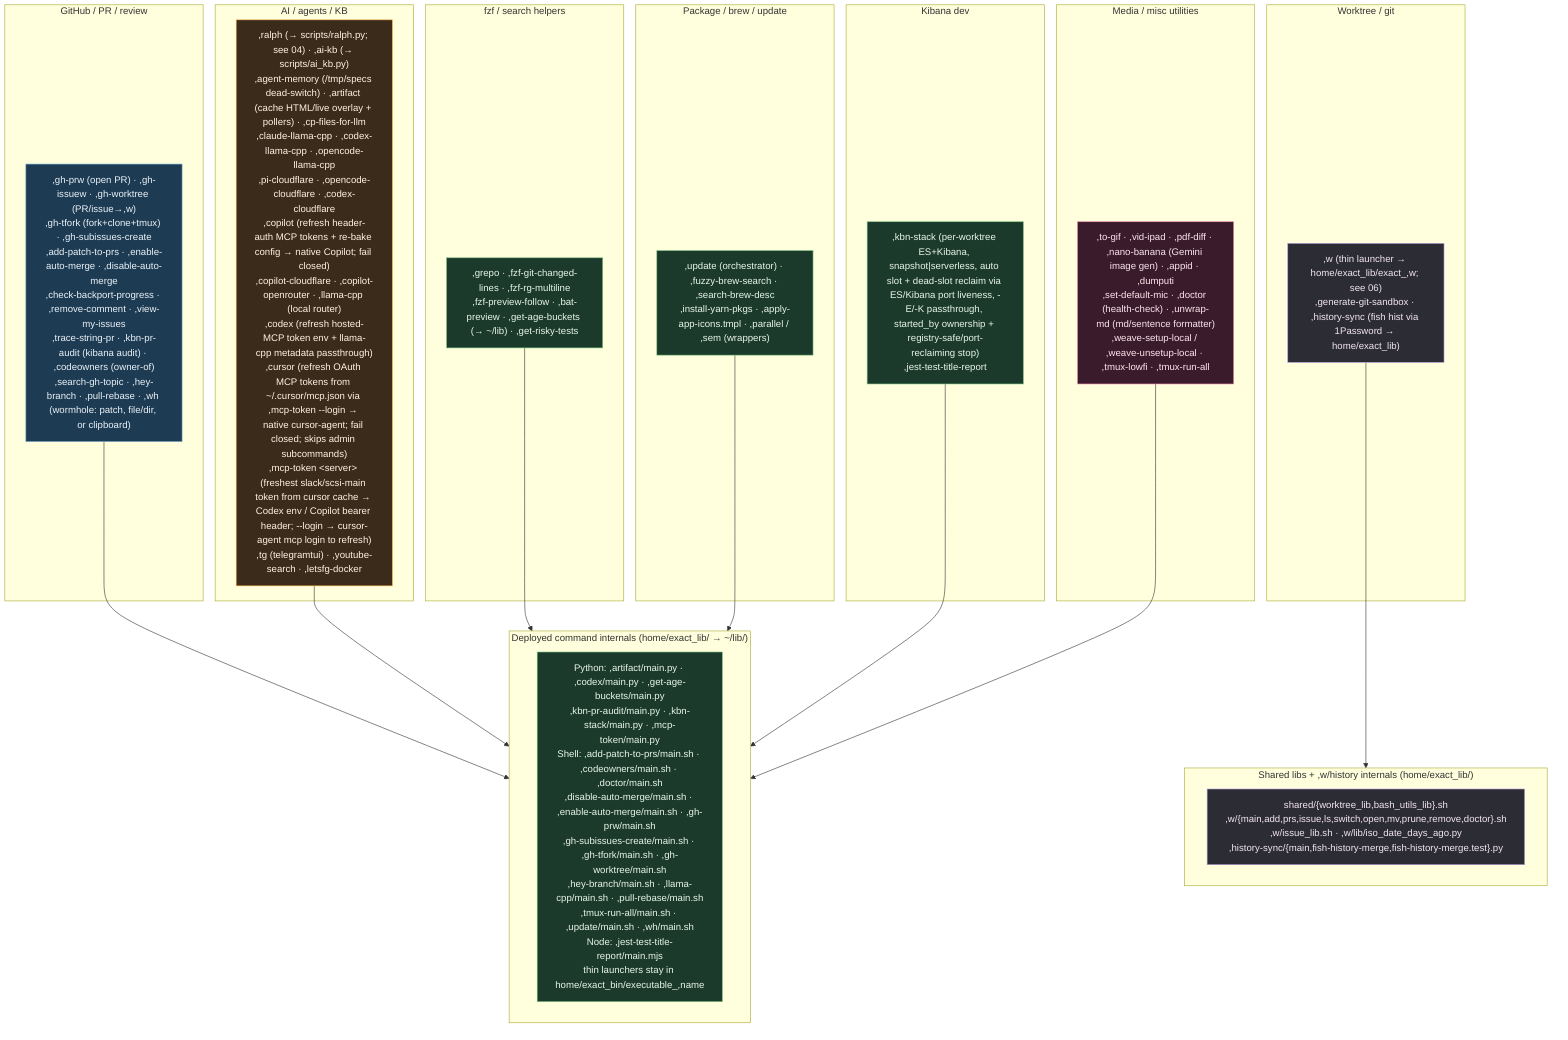
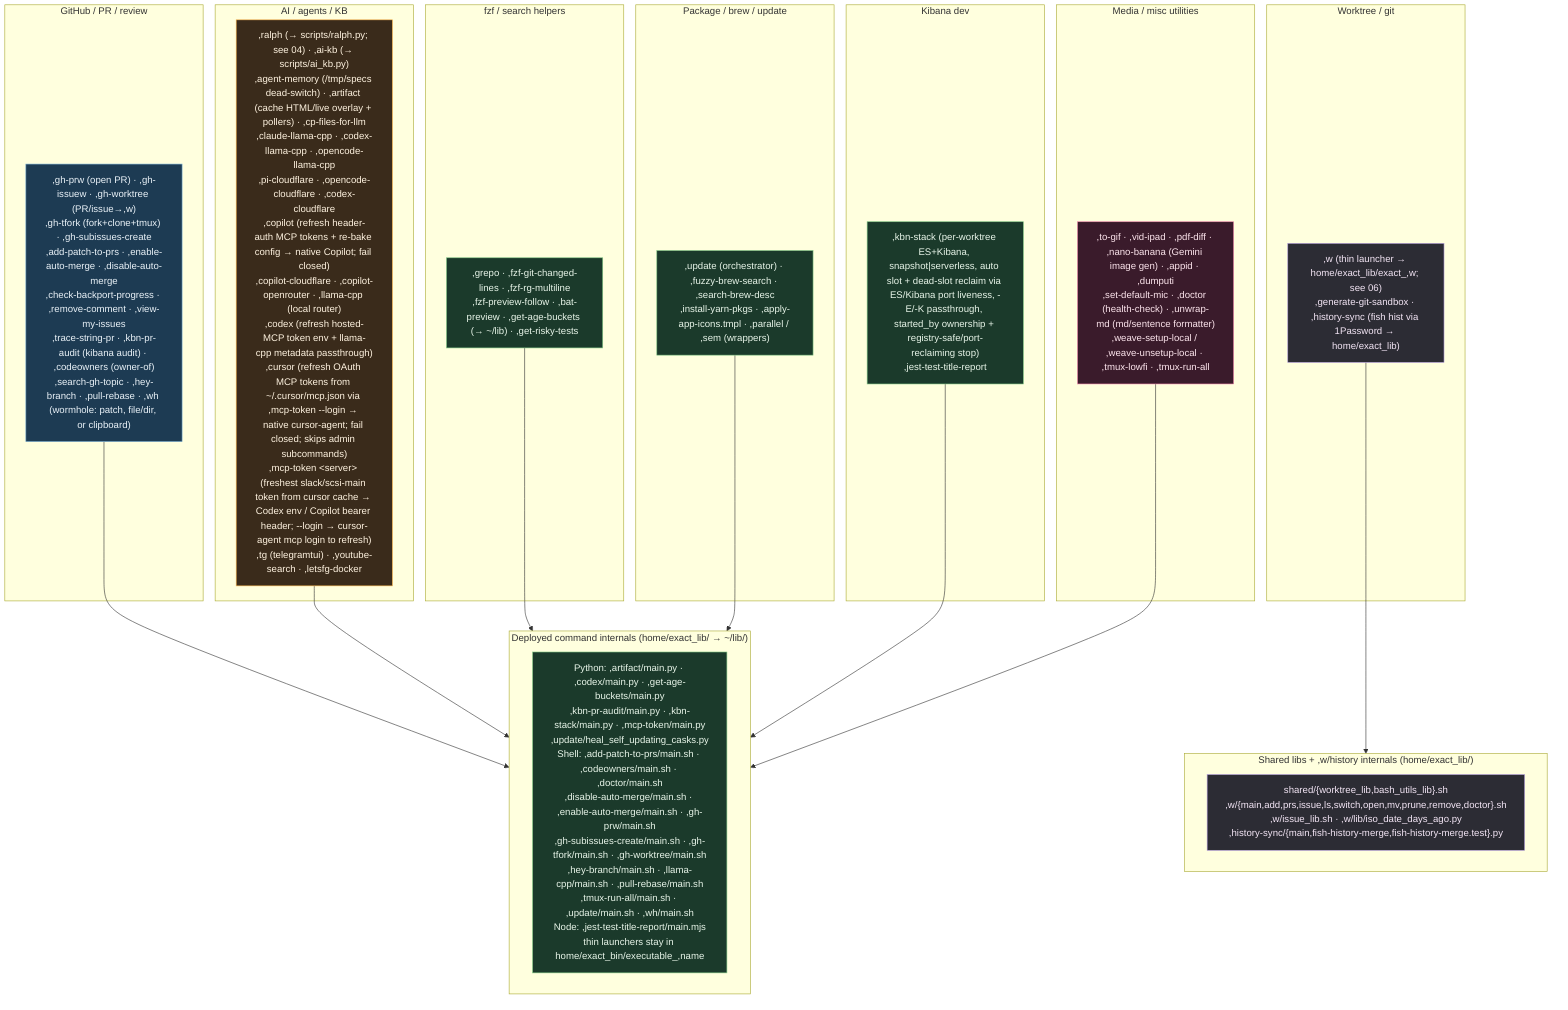
%% ============================================================================
%% 07c-bin-commands.mmd — Every thin command in home/exact_bin/ (71 thin commands)
- %% plus deployed internals in home/exact_lib/ (40 command/shared library files).
+ %% plus deployed internals in home/exact_lib/ (41 command/shared library files).
%% executable_,* → ~/bin/,* (comma-prefixed user commands); home/exact_lib/exact_,name/
%% → ~/lib/,name/. verify-bin-surface keeps each command covered by fish
%% completions, docs, catalog, and non-orphaned command libraries.
%% ============================================================================
flowchart TB
    classDef gh fill:#1d3b53,stroke:#7fb3d5,color:#eaf2f8;
    classDef wt fill:#2c2c34,stroke:#b39ddb,color:#f3e5f5;
    classDef ai fill:#3a2b1b,stroke:#ffb74d,color:#fff3e0;
    classDef media fill:#3a1b2b,stroke:#f48fb1,color:#fce4ec;
    classDef sys fill:#1b3a2b,stroke:#81c784,color:#e8f5e9;

    subgraph GHC["GitHub / PR / review"]
        G[",gh-prw (open PR) · ,gh-issuew · ,gh-worktree (PR/issue→,w)<br/>,gh-tfork (fork+clone+tmux) · ,gh-subissues-create<br/>,add-patch-to-prs · ,enable-auto-merge · ,disable-auto-merge<br/>,check-backport-progress · ,remove-comment · ,view-my-issues<br/>,trace-string-pr · ,kbn-pr-audit (kibana audit) · ,codeowners (owner-of)<br/>,search-gh-topic · ,hey-branch · ,pull-rebase · ,wh (wormhole: patch, file/dir, or clipboard)"]:::gh
    end

    subgraph WTC["Worktree / git"]
        W[",w (thin launcher → home/exact_lib/exact_,w; see 06)<br/>,generate-git-sandbox · ,history-sync (fish hist via 1Password → home/exact_lib)"]:::wt
    end

    subgraph AIC["AI / agents / KB"]
        A[",ralph (→ scripts/ralph.py; see 04) · ,ai-kb (→ scripts/ai_kb.py)<br/>,agent-memory (/tmp/specs dead-switch) · ,artifact (cache HTML/live overlay + pollers) · ,cp-files-for-llm<br/>,claude-llama-cpp · ,codex-llama-cpp · ,opencode-llama-cpp<br/>,pi-cloudflare · ,opencode-cloudflare · ,codex-cloudflare<br/>,copilot (refresh header-auth MCP tokens + re-bake config → native Copilot; fail closed)<br/>,copilot-cloudflare · ,copilot-openrouter · ,llama-cpp (local router)<br/>,codex (refresh hosted-MCP token env + llama-cpp metadata passthrough)<br/>,cursor (refresh OAuth MCP tokens from ~/.cursor/mcp.json via ,mcp-token --login → native cursor-agent; fail closed; skips admin subcommands)<br/>,mcp-token &lt;server&gt; (freshest slack/scsi-main token from cursor cache → Codex env / Copilot bearer header; --login → cursor-agent mcp login to refresh)<br/>,tg (telegramtui) · ,youtube-search · ,letsfg-docker"]:::ai
    end

    subgraph FZFC["fzf / search helpers"]
        F[",grepo · ,fzf-git-changed-lines · ,fzf-rg-multiline<br/>,fzf-preview-follow · ,bat-preview · ,get-age-buckets (→ ~/lib) · ,get-risky-tests"]:::sys
    end

    subgraph PKGC["Package / brew / update"]
        P[",update (orchestrator) · ,fuzzy-brew-search · ,search-brew-desc<br/>,install-yarn-pkgs · ,apply-app-icons.tmpl · ,parallel / ,sem (wrappers)"]:::sys
    end

    subgraph KBNC["Kibana dev"]
        K[",kbn-stack (per-worktree ES+Kibana, snapshot|serverless, auto slot + dead-slot reclaim via ES/Kibana port liveness, -E/-K passthrough, started_by ownership + registry-safe/port-reclaiming stop)<br/>,jest-test-title-report"]:::sys
    end

    subgraph MEDIA["Media / misc utilities"]
        M[",to-gif · ,vid-ipad · ,pdf-diff · ,nano-banana (Gemini image gen) · ,appid · ,dumputi<br/>,set-default-mic · ,doctor (health-check) · ,unwrap-md (md/sentence formatter)<br/>,weave-setup-local / ,weave-unsetup-local · ,tmux-lowfi · ,tmux-run-all"]:::media
    end

    subgraph LIBS["Shared libs + ,w/history internals (home/exact_lib/)"]
        L["shared/{worktree_lib,bash_utils_lib}.sh<br/>,w/{main,add,prs,issue,ls,switch,open,mv,prune,remove,doctor}.sh<br/>,w/issue_lib.sh · ,w/lib/iso_date_days_ago.py<br/>,history-sync/{main,fish-history-merge,fish-history-merge.test}.py"]:::wt
    end
    W --> LIBS

    subgraph CMDLIBS["Deployed command internals (home/exact_lib/ → ~/lib/)"]
-         CL["Python: ,artifact/main.py · ,codex/main.py · ,get-age-buckets/main.py<br/>,kbn-pr-audit/main.py · ,kbn-stack/main.py · ,mcp-token/main.py<br/>Shell: ,add-patch-to-prs/main.sh · ,codeowners/main.sh · ,doctor/main.sh<br/>,disable-auto-merge/main.sh · ,enable-auto-merge/main.sh · ,gh-prw/main.sh<br/>,gh-subissues-create/main.sh · ,gh-tfork/main.sh · ,gh-worktree/main.sh<br/>,hey-branch/main.sh · ,llama-cpp/main.sh · ,pull-rebase/main.sh<br/>,tmux-run-all/main.sh · ,update/main.sh · ,wh/main.sh<br/>Node: ,jest-test-title-report/main.mjs<br/>thin launchers stay in home/exact_bin/executable_,name"]:::sys
+         CL["Python: ,artifact/main.py · ,codex/main.py · ,get-age-buckets/main.py<br/>,kbn-pr-audit/main.py · ,kbn-stack/main.py · ,mcp-token/main.py<br/>,update/heal_self_updating_casks.py<br/>Shell: ,add-patch-to-prs/main.sh · ,codeowners/main.sh · ,doctor/main.sh<br/>,disable-auto-merge/main.sh · ,enable-auto-merge/main.sh · ,gh-prw/main.sh<br/>,gh-subissues-create/main.sh · ,gh-tfork/main.sh · ,gh-worktree/main.sh<br/>,hey-branch/main.sh · ,llama-cpp/main.sh · ,pull-rebase/main.sh<br/>,tmux-run-all/main.sh · ,update/main.sh · ,wh/main.sh<br/>Node: ,jest-test-title-report/main.mjs<br/>thin launchers stay in home/exact_bin/executable_,name"]:::sys
    end
    G --> CMDLIBS
    A --> CMDLIBS
    F --> CMDLIBS
    P --> CMDLIBS
    K --> CMDLIBS
    M --> CMDLIBS
